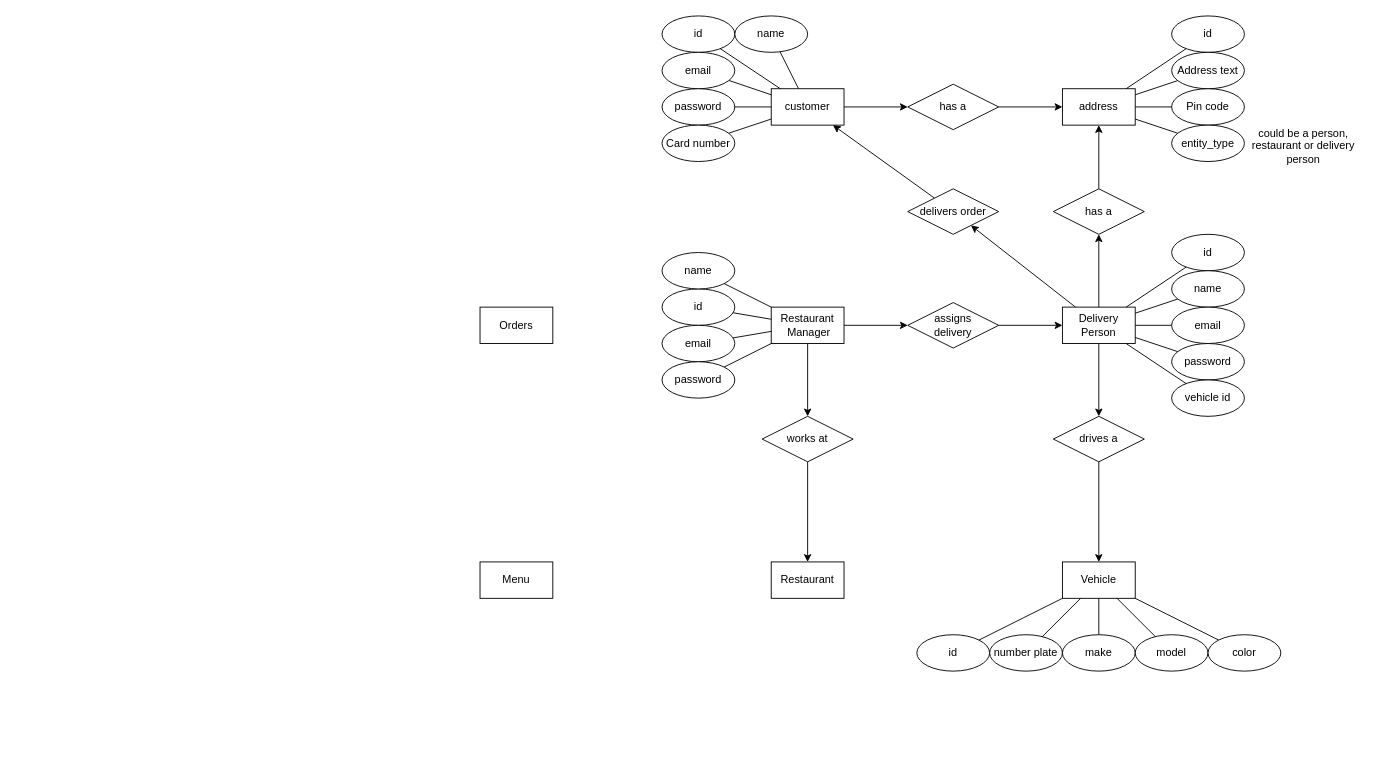
callofthewild/hunger-buzz keeps this draw.io diagram as diagrams/ER/ER diagram.drawio. Above is the earlier version. Source tidied: cells renumbered, new cells numbered last; positions are measured from the earlier drawing's top-left corner, leaving out a move shared by most shapes. Both pictures are drawn from the tidied source at 91%, with x=0, y=0 at pixel (480, 15).
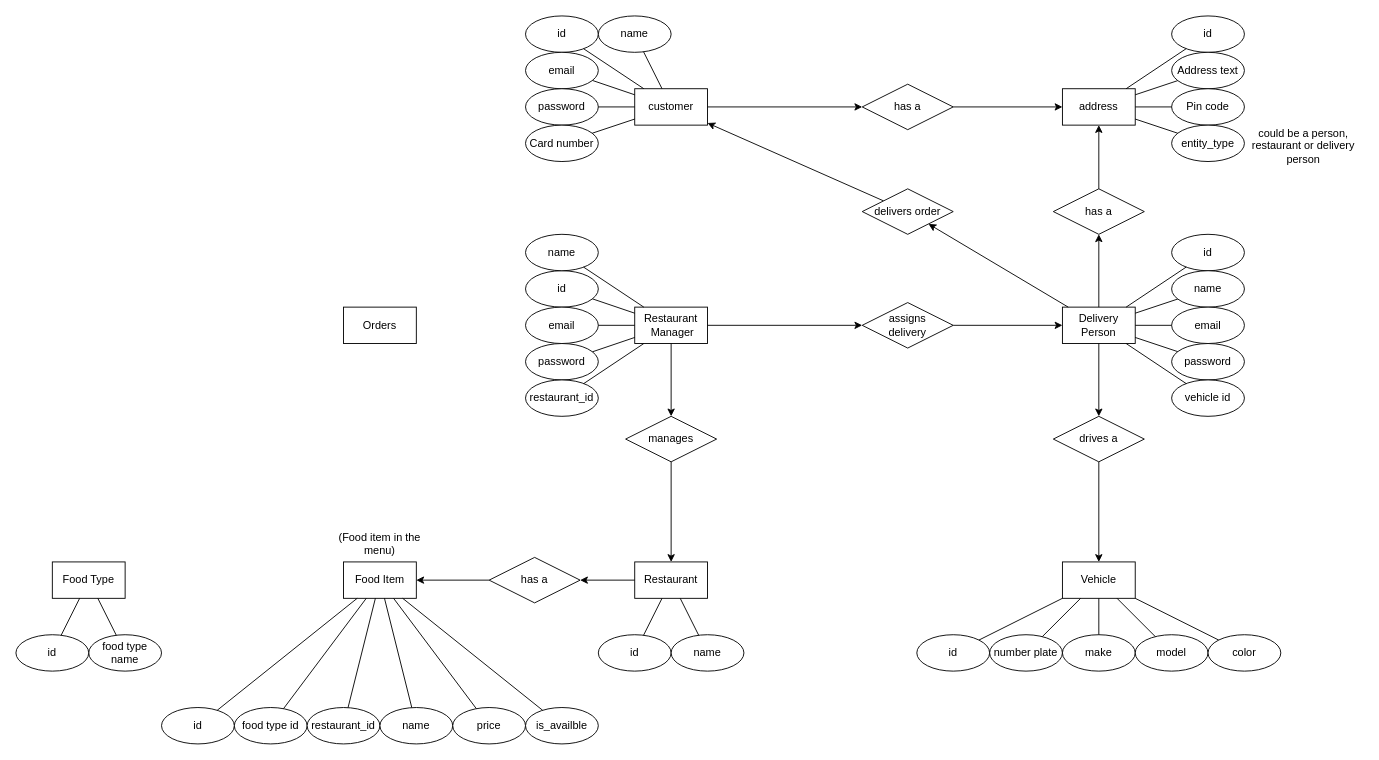
The same diagram, later.

Commit message:
Added food item - ER diagram

The edit, as a diff of the source:
```diff
@@
     <mxCell id="2" value="customer" style="rounded=0;whiteSpace=wrap;html=1;" parent="1" vertex="1">
-      <mxGeometry x="320" y="80" width="80" height="40" as="geometry" />
+      <mxGeometry x="170" y="80" width="80" height="40" as="geometry" />
     </mxCell>
     <mxCell id="3" value="id" style="ellipse;whiteSpace=wrap;html=1;" parent="1" vertex="1">
-      <mxGeometry x="200" width="80" height="40" as="geometry" />
+      <mxGeometry x="50" width="80" height="40" as="geometry" />
     </mxCell>
     <mxCell id="4" value="email" style="ellipse;whiteSpace=wrap;html=1;" parent="1" vertex="1">
-      <mxGeometry x="200" y="40" width="80" height="40" as="geometry" />
+      <mxGeometry x="50" y="40" width="80" height="40" as="geometry" />
     </mxCell>
     <mxCell id="5" value="password" style="ellipse;whiteSpace=wrap;html=1;" parent="1" vertex="1">
-      <mxGeometry x="200" y="80" width="80" height="40" as="geometry" />
+      <mxGeometry x="50" y="80" width="80" height="40" as="geometry" />
     </mxCell>
     <mxCell id="6" value="name" style="ellipse;whiteSpace=wrap;html=1;" parent="1" vertex="1">
-      <mxGeometry x="280" width="80" height="40" as="geometry" />
+      <mxGeometry x="130" width="80" height="40" as="geometry" />
     </mxCell>
@@
     <mxCell id="13" value="has a" style="shape=rhombus;perimeter=rhombusPerimeter;whiteSpace=wrap;html=1;align=center;" parent="1" vertex="1">
-      <mxGeometry x="470" y="75" width="100" height="50" as="geometry" />
+      <mxGeometry x="420" y="75" width="100" height="50" as="geometry" />
     </mxCell>
@@
     <mxCell id="18" value="Card number" style="ellipse;whiteSpace=wrap;html=1;align=center;" parent="1" vertex="1">
-      <mxGeometry x="200" y="120" width="80" height="40" as="geometry" />
+      <mxGeometry x="50" y="120" width="80" height="40" as="geometry" />
     </mxCell>
@@
     <mxCell id="23" value="&lt;div&gt;Restaurant&lt;/div&gt;&amp;nbsp;Manager" style="rounded=0;whiteSpace=wrap;html=1;" parent="1" vertex="1">
-      <mxGeometry x="320" y="320" width="80" height="40" as="geometry" />
+      <mxGeometry x="170" y="320" width="80" height="40" as="geometry" />
     </mxCell>
@@
     <mxCell id="26" value="&lt;div&gt;assigns&lt;/div&gt;&lt;div&gt;delivery&lt;/div&gt;" style="shape=rhombus;perimeter=rhombusPerimeter;whiteSpace=wrap;html=1;align=center;" parent="1" vertex="1">
-      <mxGeometry x="470" y="315" width="100" height="50" as="geometry" />
+      <mxGeometry x="420" y="315" width="100" height="50" as="geometry" />
     </mxCell>
@@
     <mxCell id="29" value="delivers order" style="shape=rhombus;perimeter=rhombusPerimeter;whiteSpace=wrap;html=1;align=center;" parent="1" vertex="1">
-      <mxGeometry x="470" y="190" width="100" height="50" as="geometry" />
+      <mxGeometry x="420" y="190" width="100" height="50" as="geometry" />
     </mxCell>
@@
-    <mxCell id="58" value="Restaurant" style="rounded=0;whiteSpace=wrap;html=1;" parent="1" vertex="1">
-      <mxGeometry x="320" y="600" width="80" height="40" as="geometry" />
+    <mxCell id="58" value="Food Item" style="rounded=0;whiteSpace=wrap;html=1;" parent="1" vertex="1">
+      <mxGeometry x="-150" y="600" width="80" height="40" as="geometry" />
     </mxCell>
-    <mxCell id="59" value="Menu" style="rounded=0;whiteSpace=wrap;html=1;" parent="1" vertex="1">
-      <mxGeometry y="600" width="80" height="40" as="geometry" />
-    </mxCell>
     <mxCell id="60" value="Orders" style="rounded=0;whiteSpace=wrap;html=1;" parent="1" vertex="1">
-      <mxGeometry y="320" width="80" height="40" as="geometry" />
+      <mxGeometry x="-150" y="320" width="80" height="40" as="geometry" />
     </mxCell>
-    <mxCell id="61" style="endArrow=none;html=1;rounded=0;startArrow=classic;startFill=1;" parent="1" edge="1" source="58" target="62">
+    <mxCell id="61" style="endArrow=none;html=1;rounded=0;startArrow=classic;startFill=1;" parent="1" edge="1" source="80" target="62">
       <mxGeometry relative="1" as="geometry" />
     </mxCell>
-    <mxCell id="62" value="works at" style="shape=rhombus;perimeter=rhombusPerimeter;whiteSpace=wrap;html=1;align=center;" parent="1" vertex="1">
-      <mxGeometry x="310" y="440" width="100" height="50" as="geometry" />
+    <mxCell id="62" value="manages" style="shape=rhombus;perimeter=rhombusPerimeter;whiteSpace=wrap;html=1;align=center;" parent="1" vertex="1">
+      <mxGeometry x="160" y="440" width="100" height="50" as="geometry" />
     </mxCell>
@@
     <mxCell id="67" value="id" style="ellipse;whiteSpace=wrap;html=1;" parent="1" vertex="1">
-      <mxGeometry x="200" y="300" width="80" height="40" as="geometry" />
+      <mxGeometry x="50" y="280" width="80" height="40" as="geometry" />
     </mxCell>
     <mxCell id="68" value="email" style="ellipse;whiteSpace=wrap;html=1;" parent="1" vertex="1">
-      <mxGeometry x="200" y="340" width="80" height="40" as="geometry" />
+      <mxGeometry x="50" y="320" width="80" height="40" as="geometry" />
     </mxCell>
     <mxCell id="69" value="password" style="ellipse;whiteSpace=wrap;html=1;" parent="1" vertex="1">
-      <mxGeometry x="200" y="380" width="80" height="40" as="geometry" />
+      <mxGeometry x="50" y="360" width="80" height="40" as="geometry" />
     </mxCell>
     <mxCell id="70" value="name" style="ellipse;whiteSpace=wrap;html=1;" parent="1" vertex="1">
-      <mxGeometry x="200" y="260" width="80" height="40" as="geometry" />
+      <mxGeometry x="50" y="240" width="80" height="40" as="geometry" />
     </mxCell>
@@
+    <mxCell id="75" value="food type id" style="ellipse;whiteSpace=wrap;html=1;align=center;" parent="1" vertex="1">
+      <mxGeometry x="-270" y="760" width="80" height="40" as="geometry" />
+    </mxCell>
+    <mxCell id="76" value="id" style="ellipse;whiteSpace=wrap;html=1;align=center;" parent="1" vertex="1">
+      <mxGeometry x="-350" y="760" width="80" height="40" as="geometry" />
+    </mxCell>
+    <mxCell id="77" value="restaurant_id" style="ellipse;whiteSpace=wrap;html=1;" parent="1" vertex="1">
+      <mxGeometry x="50" y="400" width="80" height="40" as="geometry" />
+    </mxCell>
+    <mxCell id="78" style="endArrow=none;html=1;rounded=0;" parent="1" edge="1" source="77" target="23">
+      <mxGeometry relative="1" as="geometry" />
+    </mxCell>
+    <mxCell id="79" value="restaurant_id" style="ellipse;whiteSpace=wrap;html=1;align=center;" parent="1" vertex="1">
+      <mxGeometry x="-190" y="760" width="80" height="40" as="geometry" />
+    </mxCell>
+    <mxCell id="80" value="Restaurant" style="rounded=0;whiteSpace=wrap;html=1;" parent="1" vertex="1">
+      <mxGeometry x="170" y="600" width="80" height="40" as="geometry" />
+    </mxCell>
+    <mxCell id="81" style="endArrow=none;html=1;rounded=0;startArrow=classic;startFill=1;" parent="1" edge="1" source="58" target="82">
+      <mxGeometry relative="1" as="geometry" />
+    </mxCell>
+    <mxCell id="82" value="has a" style="shape=rhombus;perimeter=rhombusPerimeter;whiteSpace=wrap;html=1;align=center;" parent="1" vertex="1">
+      <mxGeometry x="10" y="595" width="100" height="50" as="geometry" />
+    </mxCell>
+    <mxCell id="83" style="endArrow=none;html=1;rounded=0;startArrow=classic;startFill=1;" parent="1" edge="1" source="82" target="80">
+      <mxGeometry relative="1" as="geometry" />
+    </mxCell>
+    <mxCell id="84" value="id" style="ellipse;whiteSpace=wrap;html=1;align=center;" parent="1" vertex="1">
+      <mxGeometry x="130" y="680" width="80" height="40" as="geometry" />
+    </mxCell>
+    <mxCell id="85" value="name" style="ellipse;whiteSpace=wrap;html=1;align=center;" parent="1" vertex="1">
+      <mxGeometry x="210" y="680" width="80" height="40" as="geometry" />
+    </mxCell>
+    <mxCell id="86" value="Food Type" style="rounded=0;whiteSpace=wrap;html=1;" parent="1" vertex="1">
+      <mxGeometry x="-470" y="600" width="80" height="40" as="geometry" />
+    </mxCell>
+    <mxCell id="87" value="food type name" style="ellipse;whiteSpace=wrap;html=1;align=center;" parent="1" vertex="1">
+      <mxGeometry x="-430" y="680" width="80" height="40" as="geometry" />
+    </mxCell>
+    <mxCell id="88" value="id" style="ellipse;whiteSpace=wrap;html=1;align=center;" parent="1" vertex="1">
+      <mxGeometry x="-510" y="680" width="80" height="40" as="geometry" />
+    </mxCell>
+    <mxCell id="89" style="endArrow=none;html=1;rounded=0;" parent="1" edge="1" source="86" target="88">
+      <mxGeometry relative="1" as="geometry" />
+    </mxCell>
+    <mxCell id="90" style="endArrow=none;html=1;rounded=0;" parent="1" edge="1" source="86" target="87">
+      <mxGeometry relative="1" as="geometry" />
+    </mxCell>
+    <mxCell id="91" style="endArrow=none;html=1;rounded=0;" parent="1" edge="1" source="84" target="80">
+      <mxGeometry relative="1" as="geometry" />
+    </mxCell>
+    <mxCell id="92" style="endArrow=none;html=1;rounded=0;" parent="1" edge="1" source="85" target="80">
+      <mxGeometry relative="1" as="geometry" />
+    </mxCell>
+    <mxCell id="93" value="(Food item in the menu)" style="text;html=1;strokeColor=none;fillColor=none;align=center;verticalAlign=middle;whiteSpace=wrap;rounded=0;" parent="1" vertex="1">
+      <mxGeometry x="-160" y="565" width="100" height="30" as="geometry" />
+    </mxCell>
+    <mxCell id="94" value="name" style="ellipse;whiteSpace=wrap;html=1;align=center;" parent="1" vertex="1">
+      <mxGeometry x="-110" y="760" width="80" height="40" as="geometry" />
+    </mxCell>
+    <mxCell id="95" value="price" style="ellipse;whiteSpace=wrap;html=1;align=center;" parent="1" vertex="1">
+      <mxGeometry x="-30" y="760" width="80" height="40" as="geometry" />
+    </mxCell>
+    <mxCell id="96" value="is_availble" style="ellipse;whiteSpace=wrap;html=1;align=center;" parent="1" vertex="1">
+      <mxGeometry x="50" y="760" width="80" height="40" as="geometry" />
+    </mxCell>
+    <mxCell id="97" style="endArrow=none;html=1;rounded=0;" parent="1" edge="1" source="58" target="76">
+      <mxGeometry relative="1" as="geometry" />
+    </mxCell>
+    <mxCell id="98" style="endArrow=none;html=1;rounded=0;" parent="1" edge="1" source="58" target="75">
+      <mxGeometry relative="1" as="geometry" />
+    </mxCell>
+    <mxCell id="99" style="endArrow=none;html=1;rounded=0;" parent="1" edge="1" source="58" target="79">
+      <mxGeometry relative="1" as="geometry" />
+    </mxCell>
+    <mxCell id="100" style="endArrow=none;html=1;rounded=0;" parent="1" edge="1" source="58" target="94">
+      <mxGeometry relative="1" as="geometry" />
+    </mxCell>
+    <mxCell id="101" style="endArrow=none;html=1;rounded=0;" parent="1" edge="1" source="58" target="95">
+      <mxGeometry relative="1" as="geometry" />
+    </mxCell>
+    <mxCell id="102" style="endArrow=none;html=1;rounded=0;" parent="1" edge="1" source="58" target="96">
+      <mxGeometry relative="1" as="geometry" />
+    </mxCell>
```
